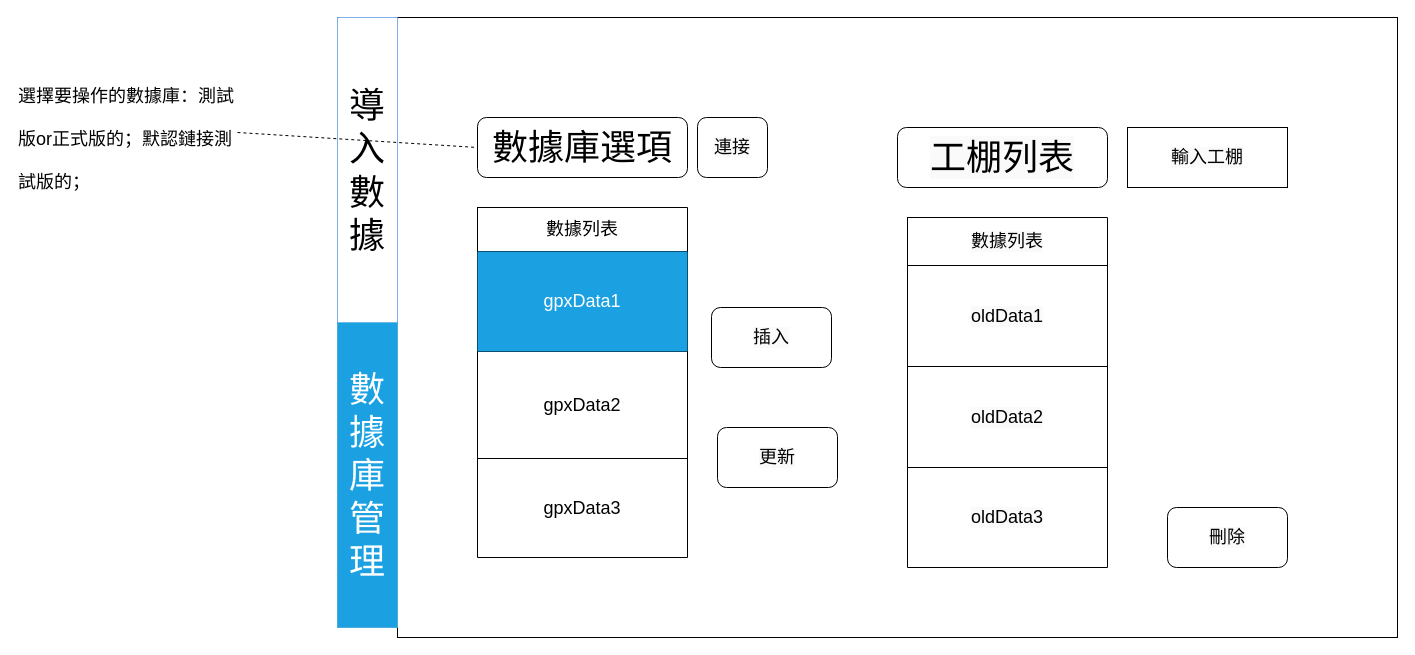
Earlier version of the draw.io diagram page "Page-2" (2 of 2) of highSpeedRoads.drawio (pengzhen80/PigeonRace). Source tidied: cells renumbered, new cells numbered last; positions are measured from the earlier drawing's top-left corner, leaving out a move shared by most shapes. Both pictures are drawn from the tidied source at 100%, with x=0, y=0 at pixel (17, 17).
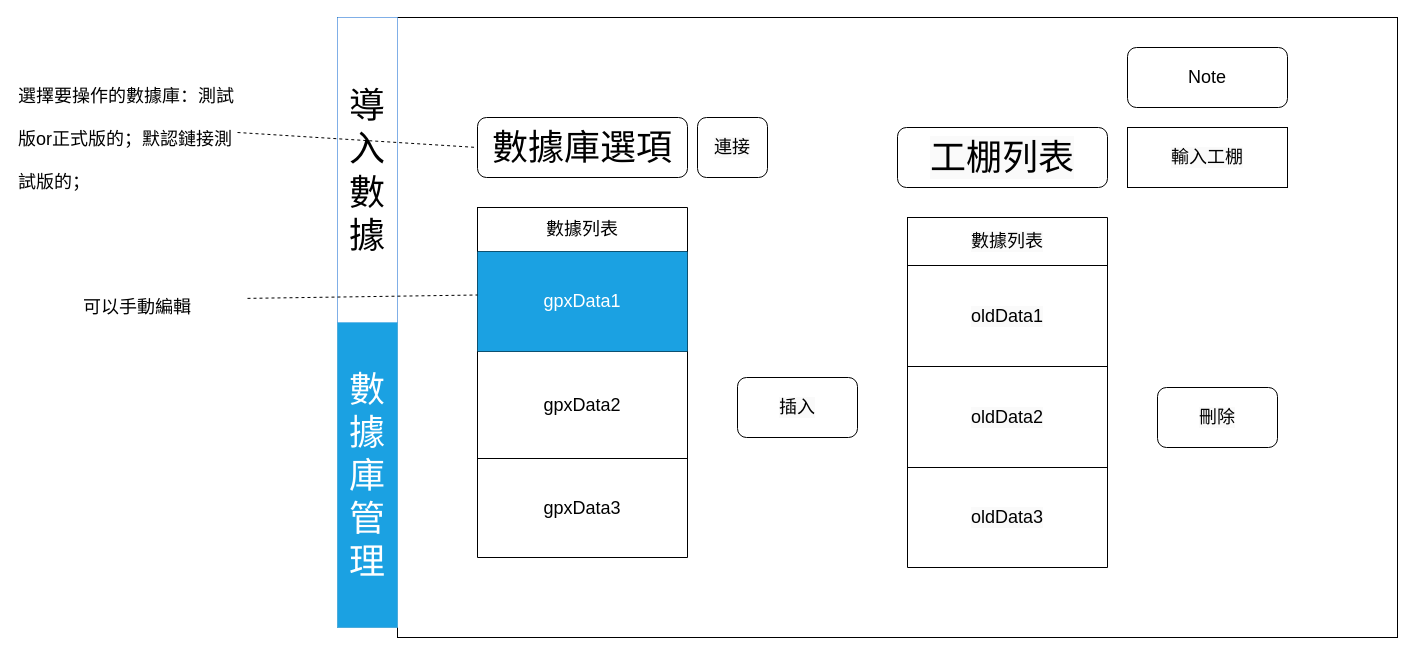
The same diagram, later.

Unchanged cells that the change refers to:
```xml
<mxCell id="11" style="shape=table;startSize=0;childLayout=tableLayout;fontSize=18;" parent="1" vertex="1">
  <mxGeometry x="460" y="190" width="210" height="350" as="geometry" />
</mxCell>
```

Diff of the diagram source:
```diff
@@
-    <mxCell id="31" value="更新" style="rounded=1;whiteSpace=wrap;html=1;labelBackgroundColor=#FAFAFA;fontSize=18;fontColor=#000000;" parent="1" vertex="1">
-      <mxGeometry x="700" y="410" width="120" height="60" as="geometry" />
-    </mxCell>
     <mxCell id="32" value="插入" style="rounded=1;whiteSpace=wrap;html=1;labelBackgroundColor=#FAFAFA;fontSize=18;fontColor=#000000;" parent="1" vertex="1">
-      <mxGeometry x="694" y="290" width="120" height="60" as="geometry" />
+      <mxGeometry x="720" y="360" width="120" height="60" as="geometry" />
     </mxCell>
@@
     <mxCell id="34" value="刪除" style="rounded=1;whiteSpace=wrap;html=1;labelBackgroundColor=#FAFAFA;fontSize=18;fontColor=#000000;" parent="1" vertex="1">
-      <mxGeometry x="1150" y="490" width="120" height="60" as="geometry" />
+      <mxGeometry x="1140" y="370" width="120" height="60" as="geometry" />
     </mxCell>
+    <mxCell id="35" value="&lt;h1 style=&quot;text-align: left&quot;&gt;&lt;span style=&quot;font-size: 18px ; font-weight: normal&quot;&gt;可以手動編輯&lt;/span&gt;&lt;/h1&gt;" style="text;html=1;strokeColor=none;fillColor=none;align=center;verticalAlign=middle;whiteSpace=wrap;rounded=0;fontSize=18;" parent="1" vertex="1">
+      <mxGeometry x="10" y="255" width="220" height="55" as="geometry" />
+    </mxCell>
+    <mxCell id="36" style="endArrow=none;dashed=1;html=1;rounded=0;entryX=0;entryY=0.25;entryDx=0;entryDy=0;" parent="1" edge="1" source="35" target="11">
+      <mxGeometry relative="1" as="geometry" />
+    </mxCell>
+    <mxCell id="37" value="&lt;font style=&quot;font-size: 18px;&quot;&gt;Note&lt;/font&gt;" style="rounded=1;whiteSpace=wrap;html=1;" parent="1" vertex="1">
+      <mxGeometry x="1110" y="30" width="160" height="60" as="geometry" />
+    </mxCell>
```
